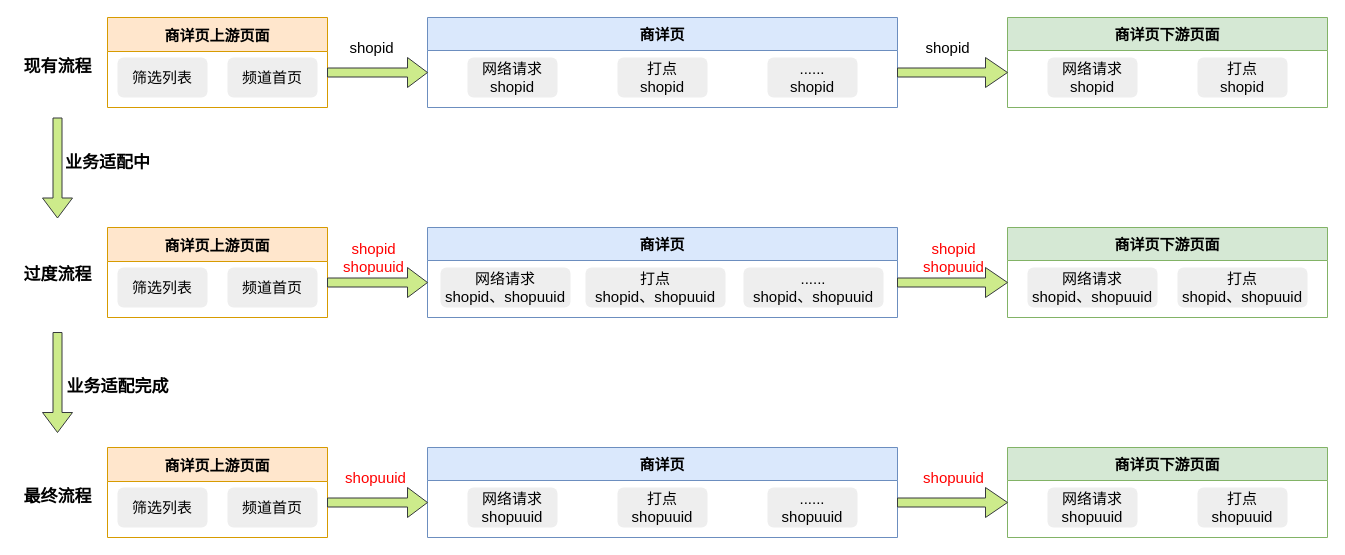
The draw.io diagram page "Page-13" (13 of 15) of 频道首页执行流程.drawio in hpk1994/shophome, before the edit. Source tidied: cells renumbered, new cells numbered last; positions are measured from the earlier drawing's top-left corner, leaving out a move shared by most shapes. Both pictures are drawn from the tidied source at 100%, with x=0, y=0 at pixel (7, 17).
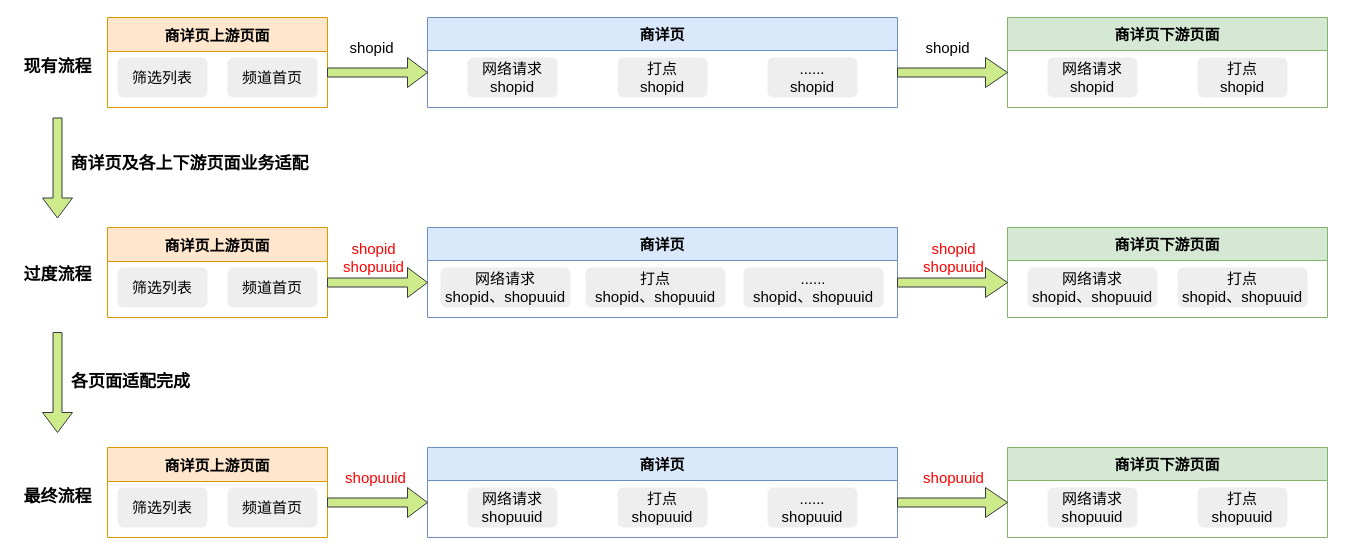
The same page after the edit.

Change to the diagram source:
```diff
@@
-    <mxCell id="48" value="&lt;font style=&quot;font-size: 17px&quot;&gt;&lt;b&gt;业务适配中&lt;/b&gt;&lt;/font&gt;" style="text;html=1;align=center;verticalAlign=middle;fontSize=15;" parent="1" vertex="1">
-      <mxGeometry x="50" y="135.5" width="100" height="20" as="geometry" />
+    <mxCell id="48" value="&lt;font style=&quot;font-size: 17px&quot;&gt;&lt;b&gt;商详页及各上下游页面业务适配&lt;/b&gt;&lt;/font&gt;" style="text;html=1;align=center;verticalAlign=middle;fontSize=15;" parent="1" vertex="1">
+      <mxGeometry x="58" y="135.5" width="248" height="23" as="geometry" />
     </mxCell>
-    <mxCell id="49" value="&lt;font style=&quot;font-size: 17px&quot;&gt;&lt;b&gt;业务适配完成&lt;/b&gt;&lt;/font&gt;" style="text;html=1;align=center;verticalAlign=middle;fontSize=15;" parent="1" vertex="1">
-      <mxGeometry x="50" y="360" width="120" height="20" as="geometry" />
+    <mxCell id="49" value="&lt;font style=&quot;font-size: 17px&quot;&gt;&lt;b&gt;各页面适配完成&lt;/b&gt;&lt;/font&gt;" style="text;html=1;align=center;verticalAlign=middle;fontSize=15;" parent="1" vertex="1">
+      <mxGeometry x="58" y="353.5" width="129" height="23" as="geometry" />
     </mxCell>
```
